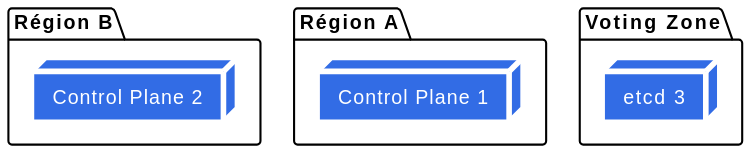
The PlantUML diagram images/099-3-zones.svg in sylvainmetayer/talk-k8s-2-az, before a commit. Its source is kept beside it as diagrams/099-3-zones.puml. Its diagram source:
```plantuml
@startuml

skinparam cluster {
    BackgroundColor white
    BorderColor #bbb
    BorderThickness 2
    FontColor #326ce5
}

skinparam node {
    BackgroundColor #326ce5
    BorderColor white
    BorderThickness 4
    FontColor white
}

skinparam storage {
    BackgroundColor white
    BorderColor #bbb
    BorderThickness 2
    FontColor #326ce5
}

package "Région B" as zoneB {
    node "Control Plane 2" as cp2
}

package "Région A" as zoneA {
    node "Control Plane 1" as cp1
}

package "Voting Zone" as votingZone {
    node "etcd 3" as etcd3
}

@enduml
```
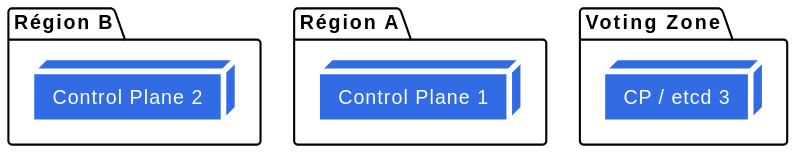
The same diagram one commit later.

Diff of the diagram source:
```diff
@@ -30,7 +30,7 @@
 }
 
 package "Voting Zone" as votingZone {
-    node "etcd 3" as etcd3
+    node "CP / etcd 3" as etcd3
 }
 
 @enduml
```
